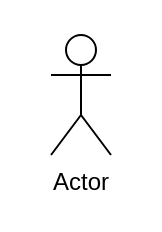
This is 宇视云App之FAQ用例视图.drawio from HuaHero/OnLineFaq, a draw.io file, before an edit. Source tidied: cells renumbered, new cells numbered last; positions are measured from the earlier drawing's top-left corner, leaving out a move shared by most shapes. Both pictures are drawn from the tidied source at 200%, with x=0, y=0 at pixel (50, 34).
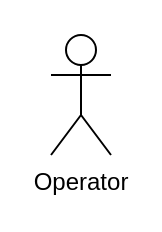
The same page after the edit.

Commit message (it also covers changes not shown here):
更新宇视云App之FAQ用例视图.drawio

Change to the diagram source:
```diff
@@
 <mxGraphModel>
   <root>
     <mxCell id="0" />
     <mxCell id="1" parent="0" />
-    <mxCell id="2" value="Actor" style="shape=umlActor;verticalLabelPosition=bottom;verticalAlign=top;html=1;" parent="1" vertex="1">
+    <mxCell id="2" value="Operator" style="shape=umlActor;verticalLabelPosition=bottom;verticalAlign=top;html=1;" parent="1" vertex="1">
       <mxGeometry width="30" height="60" as="geometry" />
     </mxCell>
   </root>
 </mxGraphModel>
```
